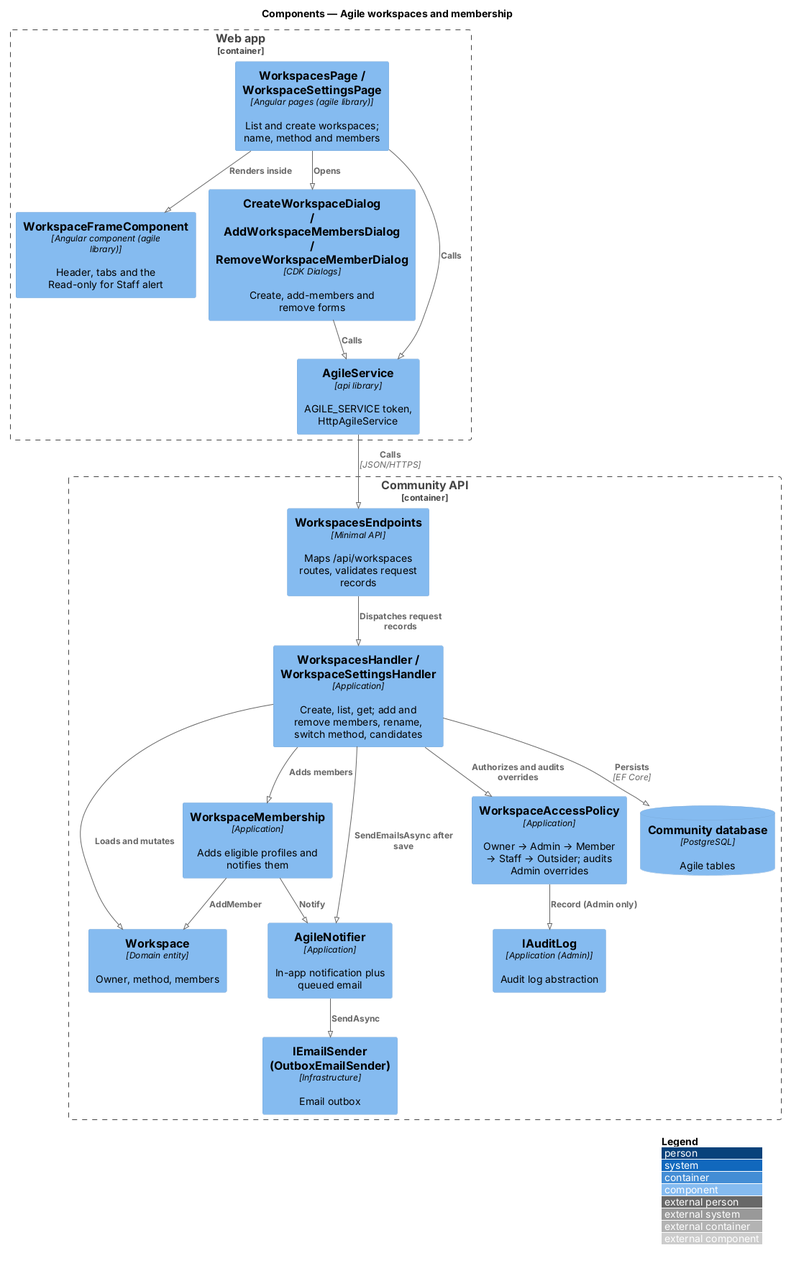
Earlier version of the PlantUML export docs/detailed-designs/agile/workspaces-and-membership/diagrams/c4-component.png (QuinntyneBrown/faithtech-community). Source of this version:
```plantuml
@startuml
!pragma layout smetana
!include <C4/C4_Component>
LAYOUT_WITH_LEGEND()
title Components — Agile workspaces and membership

Container_Boundary(web, "Web app") {
  Component(page, "WorkspacesPage / WorkspaceSettingsPage", "Angular pages (agile library)", "List and create workspaces; name, method and members")
  Component(frame, "WorkspaceFrameComponent", "Angular component (agile library)", "Header, tabs and the Read-only for Staff alert")
  Component(dlg, "CreateWorkspaceDialog / AddWorkspaceMembersDialog / RemoveWorkspaceMemberDialog", "CDK Dialogs", "Create, add-members and remove forms")
  Component(svc, "AgileService", "api library", "AGILE_SERVICE token, HttpAgileService")
}
Container_Boundary(api, "Community API") {
  Component(ep, "WorkspacesEndpoints", "Minimal API", "Maps /api/workspaces routes, validates request records")
  Component(h, "WorkspacesHandler / WorkspaceSettingsHandler", "Application", "Create, list, get; add and remove members, rename, switch method, candidates")
  Component(mem, "WorkspaceMembership", "Application", "Adds eligible profiles and notifies them")
  Component(pol, "WorkspaceAccessPolicy", "Application", "Owner → Admin → Member → Staff → Outsider; audits Admin overrides")
  Component(ent, "Workspace", "Domain entity", "Owner, method, members")
  Component(ntf, "AgileNotifier", "Application", "In-app notification plus queued email")
  Component(audit, "IAuditLog", "Application (Admin)", "Audit log abstraction")
  Component(email, "IEmailSender (OutboxEmailSender)", "Infrastructure", "Email outbox")
  ComponentDb(db, "Community database", "PostgreSQL", "Agile tables")
}

Rel(page, frame, "Renders inside")
Rel(page, dlg, "Opens")
Rel(page, svc, "Calls")
Rel(dlg, svc, "Calls")
Rel(svc, ep, "Calls", "JSON/HTTPS")
Rel(ep, h, "Dispatches request records")
Rel(h, pol, "Authorizes and audits overrides")
Rel(h, mem, "Adds members")
Rel(h, ent, "Loads and mutates")
Rel(mem, ent, "AddMember")
Rel(mem, ntf, "Notify")
Rel(h, ntf, "SendEmailsAsync after save")
Rel(pol, audit, "Record (Admin only)")
Rel(ntf, email, "SendAsync")
Rel(h, db, "Persists", "EF Core")
@enduml
```
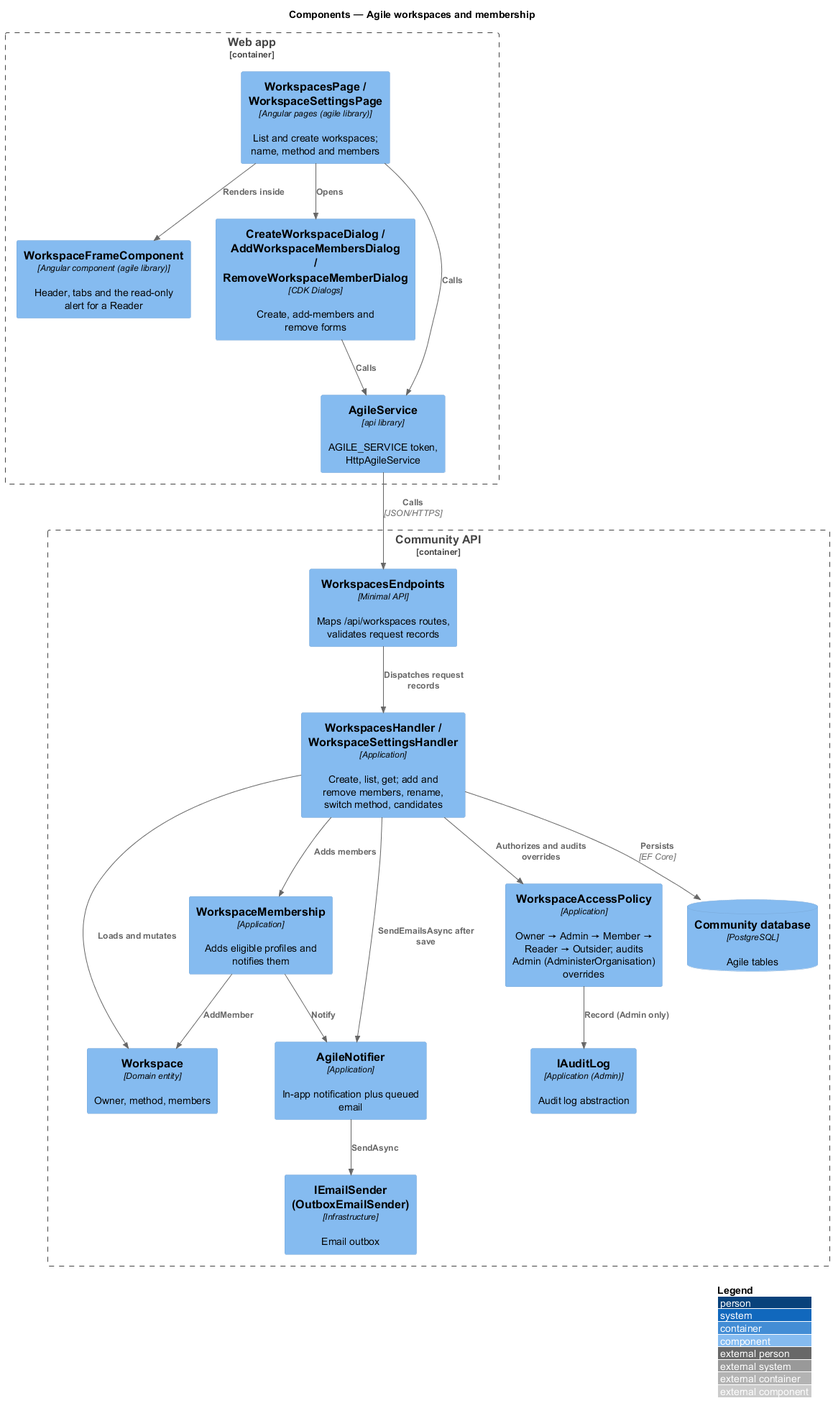
Later version of the same file.

Diff of the diagram source:
```diff
@@ -1,12 +1,11 @@
 @startuml
-!pragma layout smetana
 !include <C4/C4_Component>
 LAYOUT_WITH_LEGEND()
 title Components — Agile workspaces and membership
 
 Container_Boundary(web, "Web app") {
   Component(page, "WorkspacesPage / WorkspaceSettingsPage", "Angular pages (agile library)", "List and create workspaces; name, method and members")
-  Component(frame, "WorkspaceFrameComponent", "Angular component (agile library)", "Header, tabs and the Read-only for Staff alert")
+  Component(frame, "WorkspaceFrameComponent", "Angular component (agile library)", "Header, tabs and the read-only alert for a Reader")
   Component(dlg, "CreateWorkspaceDialog / AddWorkspaceMembersDialog / RemoveWorkspaceMemberDialog", "CDK Dialogs", "Create, add-members and remove forms")
   Component(svc, "AgileService", "api library", "AGILE_SERVICE token, HttpAgileService")
 }
@@ -14,7 +13,7 @@
   Component(ep, "WorkspacesEndpoints", "Minimal API", "Maps /api/workspaces routes, validates request records")
   Component(h, "WorkspacesHandler / WorkspaceSettingsHandler", "Application", "Create, list, get; add and remove members, rename, switch method, candidates")
   Component(mem, "WorkspaceMembership", "Application", "Adds eligible profiles and notifies them")
-  Component(pol, "WorkspaceAccessPolicy", "Application", "Owner → Admin → Member → Staff → Outsider; audits Admin overrides")
+  Component(pol, "WorkspaceAccessPolicy", "Application", "Owner → Admin → Member → Reader → Outsider; audits Admin (AdministerOrganisation) overrides")
   Component(ent, "Workspace", "Domain entity", "Owner, method, members")
   Component(ntf, "AgileNotifier", "Application", "In-app notification plus queued email")
   Component(audit, "IAuditLog", "Application (Admin)", "Audit log abstraction")
```
